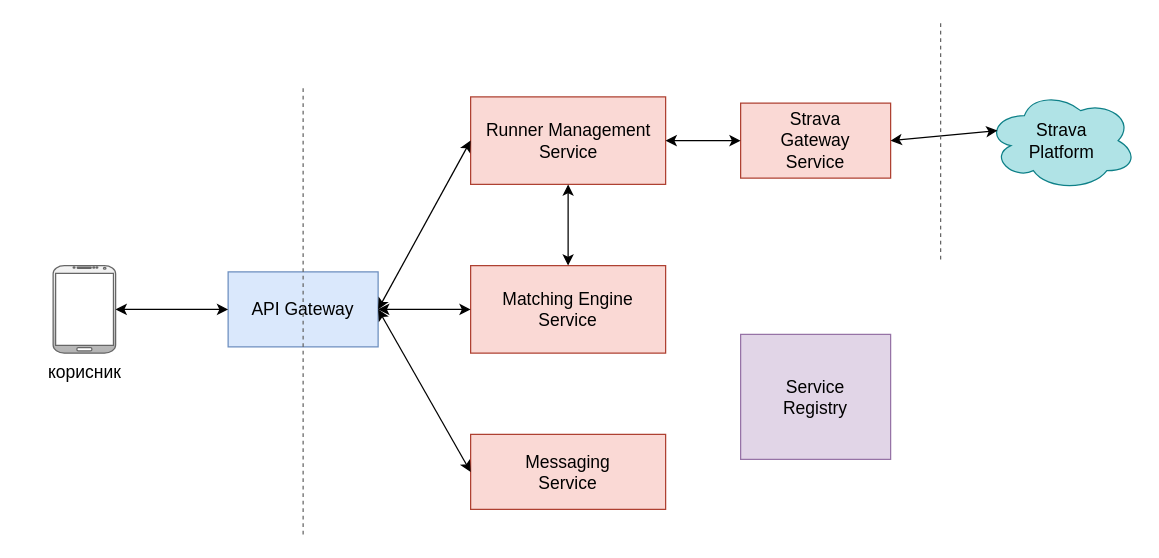
The draw.io diagram rad/dijagrami/MyRunningBuddy.drawio in miki208/master-rad, before the edit. Source tidied: cells renumbered, new cells numbered last; positions are measured from the earlier drawing's top-left corner, leaving out a move shared by most shapes. Both pictures are drawn from the tidied source at 125%, with x=0, y=0 at pixel (40, 21).
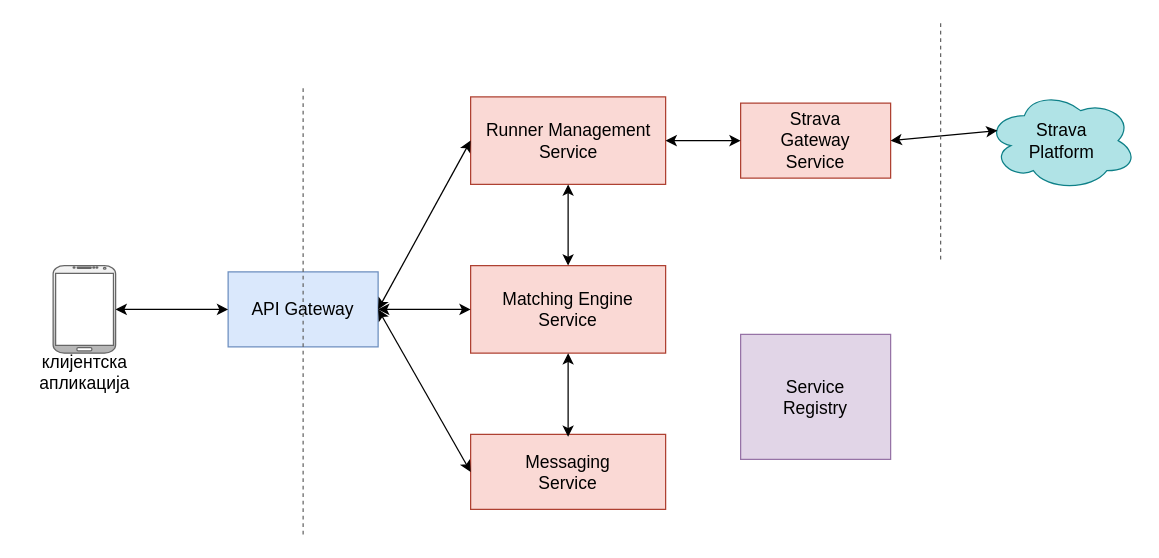
The same diagram, later.

Unchanged cells that the change refers to:
```xml
<mxCell id="15" value="Matching Engine&lt;br style=&quot;font-size: 14px;&quot;&gt;Service" style="rounded=0;whiteSpace=wrap;html=1;labelBackgroundColor=none;fillColor=#fad9d5;strokeColor=#ae4132;fontSize=14;" parent="1" vertex="1">
  <mxGeometry x="344" y="195" width="156" height="70" as="geometry" />
</mxCell>
<mxCell id="18" value="Messaging&lt;br style=&quot;font-size: 14px;&quot;&gt;Service" style="rounded=0;whiteSpace=wrap;html=1;labelBackgroundColor=none;fillColor=#fad9d5;strokeColor=#ae4132;fontSize=14;" parent="1" vertex="1">
  <mxGeometry x="344" y="330" width="156" height="60" as="geometry" />
</mxCell>
```

Diff of the diagram source:
```diff
@@
-    <mxCell id="4" value="корисник" style="text;html=1;align=center;verticalAlign=middle;strokeColor=none;fontSize=14;" parent="1" vertex="1">
-      <mxGeometry y="270" width="70" height="20" as="geometry" />
+    <mxCell id="4" value="клијентска&lt;br&gt;&lt;div&gt;апликација&lt;/div&gt;" style="text;html=1;align=center;verticalAlign=middle;strokeColor=none;fontSize=14;" parent="1" vertex="1">
+      <mxGeometry x="-15" y="260" width="100" height="40" as="geometry" />
     </mxCell>
@@
+    <mxCell id="21" style="endArrow=classic;startArrow=classic;html=1;exitX=0.5;exitY=0.033;exitDx=0;exitDy=0;exitPerimeter=0;entryX=0.5;entryY=1;entryDx=0;entryDy=0;" parent="1" edge="1" source="18" target="15">
+      <mxGeometry relative="1" as="geometry" />
+    </mxCell>
```
